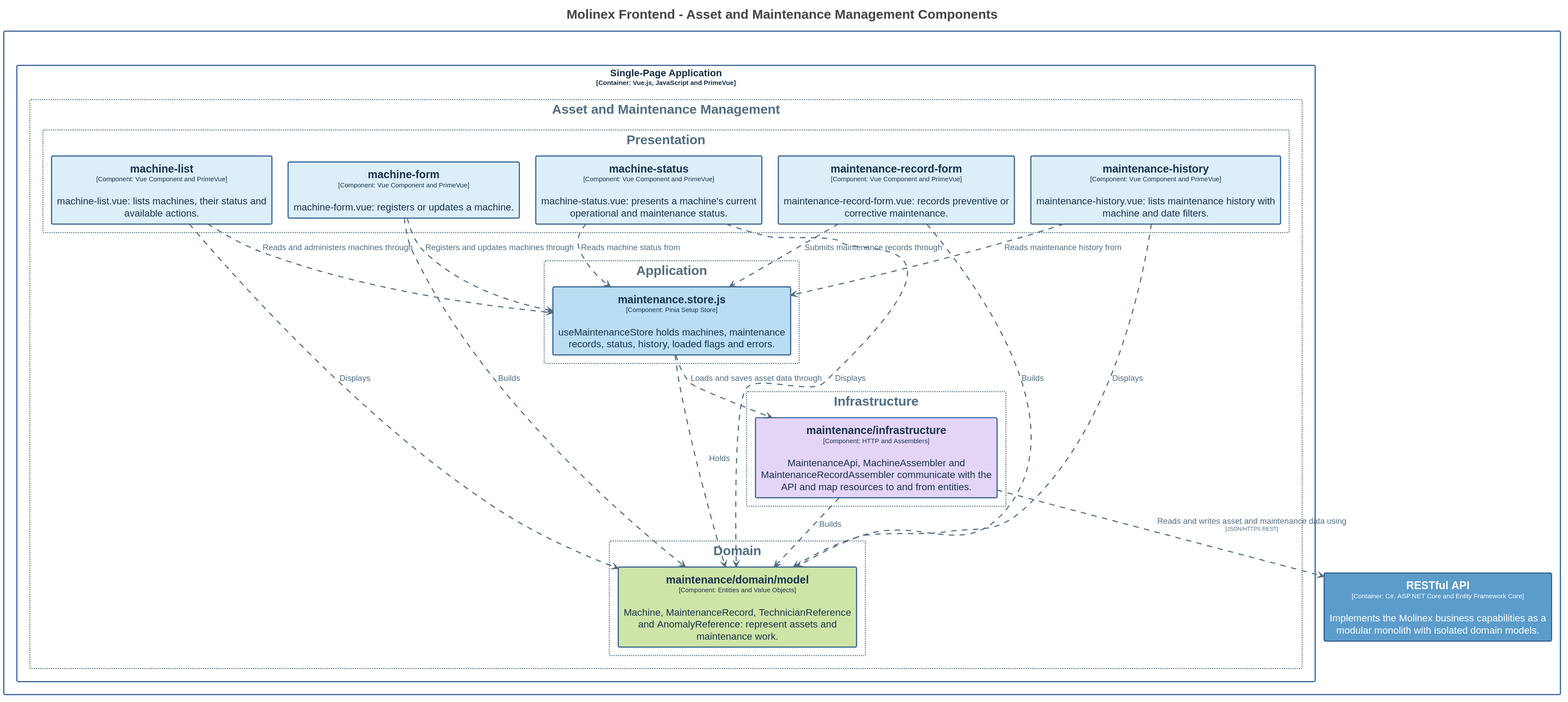
This is assets/Images Chapter 4/Domain-Driven Software Architecture/C4 Model/frontend-asset-maintenance-management-component-diagram.svg from Vanguard-app-web/molinex-report-apweb, a PlantUML export, as it was before one commit. Source of this version:
```plantuml
@startuml
title <size:24>Molinex Frontend - Asset and Maintenance Management Components</size>

set separator none
top to bottom direction
skinparam ranksep 60
skinparam nodesep 30
hide stereotype

<style>
  root {
    BackgroundColor: #ffffff;
    FontColor: #444444;
  }
  // Element,Component,Frontend Application
  .Element-RWxlbWVudCxDb21wb25lbnQsRnJvbnRlbmQgQXBwbGljYXRpb24= {
    BackgroundColor: #b9ddf2;
    LineColor: #2f5b8f;
    LineStyle: 0;
    LineThickness: 2;
    FontColor: #17324d;
    FontSize: 18;
    HorizontalAlignment: center;
    Shadowing: 0;
    MaximumWidth: 450;
  }
  // Element,Component,Frontend Domain
  .Element-RWxlbWVudCxDb21wb25lbnQsRnJvbnRlbmQgRG9tYWlu {
    BackgroundColor: #cfe5a8;
    LineColor: #2f5b8f;
    LineStyle: 0;
    LineThickness: 2;
    FontColor: #17324d;
    FontSize: 18;
    HorizontalAlignment: center;
    Shadowing: 0;
    MaximumWidth: 450;
  }
  // Element,Component,Frontend Infrastructure
  .Element-RWxlbWVudCxDb21wb25lbnQsRnJvbnRlbmQgSW5mcmFzdHJ1Y3R1cmU= {
    BackgroundColor: #e4d5f7;
    LineColor: #2f5b8f;
    LineStyle: 0;
    LineThickness: 2;
    FontColor: #17324d;
    FontSize: 18;
    HorizontalAlignment: center;
    Shadowing: 0;
    MaximumWidth: 450;
  }
  // Element,Component,Frontend Presentation
  .Element-RWxlbWVudCxDb21wb25lbnQsRnJvbnRlbmQgUHJlc2VudGF0aW9u {
    BackgroundColor: #dceef8;
    LineColor: #2f5b8f;
    LineStyle: 0;
    LineThickness: 2;
    FontColor: #17324d;
    FontSize: 18;
    HorizontalAlignment: center;
    Shadowing: 0;
    MaximumWidth: 450;
  }
  // Element,Container,Backend Application
  .Element-RWxlbWVudCxDb250YWluZXIsQmFja2VuZCBBcHBsaWNhdGlvbg== {
    BackgroundColor: #5b9ccb;
    LineColor: #2f5b8f;
    LineStyle: 0;
    LineThickness: 2;
    FontColor: #ffffff;
    FontSize: 18;
    HorizontalAlignment: center;
    Shadowing: 0;
    MaximumWidth: 450;
  }
  // Relationship
  .Relationship-UmVsYXRpb25zaGlw {
    LineThickness: 2;
    LineStyle: 10-10;
    LineColor: #526d82;
    FontColor: #526d82;
    FontSize: 15;
  }
  // Molinex Platform
  .Boundary-TW9saW5leCBQbGF0Zm9ybQ== {
    BackgroundColor: #ffffff;
    LineColor: #2f5b8f;
    LineStyle: 0;
    LineThickness: 2;
    FontColor: #ffffff;
    FontSize: 18;
    HorizontalAlignment: center;
    Shadowing: 0;
  }
  // Single-Page Application
  .Boundary-U2luZ2xlLVBhZ2UgQXBwbGljYXRpb24= {
    BackgroundColor: #ffffff;
    LineColor: #2f5b8f;
    LineStyle: 0;
    LineThickness: 2;
    FontColor: #102a43;
    FontSize: 18;
    HorizontalAlignment: center;
    Shadowing: 0;
  }
  // Asset and Maintenance Management
  .Group-QXNzZXQgYW5kIE1haW50ZW5hbmNlIE1hbmFnZW1lbnQ= {
    BackgroundColor: #ffffff;
    LineColor: #607d8b;
    LineStyle: 2-2;
    LineThickness: 2;
    FontColor: #526d82;
    FontSize: 24;
    HorizontalAlignment: center;
    Shadowing: 0;
  }
  // Asset and Maintenance Management/Application
  .Group-QXNzZXQgYW5kIE1haW50ZW5hbmNlIE1hbmFnZW1lbnQvQXBwbGljYXRpb24= {
    BackgroundColor: #ffffff;
    LineColor: #607d8b;
    LineStyle: 2-2;
    LineThickness: 2;
    FontColor: #526d82;
    FontSize: 24;
    HorizontalAlignment: center;
    Shadowing: 0;
  }
  // Asset and Maintenance Management/Domain
  .Group-QXNzZXQgYW5kIE1haW50ZW5hbmNlIE1hbmFnZW1lbnQvRG9tYWlu {
    BackgroundColor: #ffffff;
    LineColor: #607d8b;
    LineStyle: 2-2;
    LineThickness: 2;
    FontColor: #526d82;
    FontSize: 24;
    HorizontalAlignment: center;
    Shadowing: 0;
  }
  // Asset and Maintenance Management/Infrastructure
  .Group-QXNzZXQgYW5kIE1haW50ZW5hbmNlIE1hbmFnZW1lbnQvSW5mcmFzdHJ1Y3R1cmU= {
    BackgroundColor: #ffffff;
    LineColor: #607d8b;
    LineStyle: 2-2;
    LineThickness: 2;
    FontColor: #526d82;
    FontSize: 24;
    HorizontalAlignment: center;
    Shadowing: 0;
  }
  // Asset and Maintenance Management/Presentation
  .Group-QXNzZXQgYW5kIE1haW50ZW5hbmNlIE1hbmFnZW1lbnQvUHJlc2VudGF0aW9u {
    BackgroundColor: #ffffff;
    LineColor: #607d8b;
    LineStyle: 2-2;
    LineThickness: 2;
    FontColor: #526d82;
    FontSize: 24;
    HorizontalAlignment: center;
    Shadowing: 0;
  }
</style>

rectangle "Molinex Platform\n<size:12>[Software System]</size>" <<Boundary-TW9saW5leCBQbGF0Zm9ybQ==>> {
  rectangle "Single-Page Application\n<size:12>[Container: Vue.js, JavaScript and PrimeVue]</size>" <<Boundary-U2luZ2xlLVBhZ2UgQXBwbGljYXRpb24=>> {
    rectangle "Asset and Maintenance Management" <<Group-QXNzZXQgYW5kIE1haW50ZW5hbmNlIE1hbmFnZW1lbnQ=>> as groupQXNzZXQgYW5kIE1haW50ZW5hbmNlIE1hbmFnZW1lbnQ= {
        rectangle "Application" <<Group-QXNzZXQgYW5kIE1haW50ZW5hbmNlIE1hbmFnZW1lbnQvQXBwbGljYXRpb24=>> as groupQXNzZXQgYW5kIE1haW50ZW5hbmNlIE1hbmFnZW1lbnQvQXBwbGljYXRpb24= {
          rectangle "==maintenance.store.js\n<size:12>[Component: Pinia Setup Store]</size>\n\nuseMaintenanceStore holds machines, maintenance records, status, history, loaded flags and errors." <<Element-RWxlbWVudCxDb21wb25lbnQsRnJvbnRlbmQgQXBwbGljYXRpb24=>> as MolinexPlatform.SinglePageApplication.maintenancestorejs
        }

        rectangle "Domain" <<Group-QXNzZXQgYW5kIE1haW50ZW5hbmNlIE1hbmFnZW1lbnQvRG9tYWlu>> as groupQXNzZXQgYW5kIE1haW50ZW5hbmNlIE1hbmFnZW1lbnQvRG9tYWlu {
          rectangle "==maintenance/domain/model\n<size:12>[Component: Entities and Value Objects]</size>\n\nMachine, MaintenanceRecord, TechnicianReference and AnomalyReference: represent assets and maintenance work." <<Element-RWxlbWVudCxDb21wb25lbnQsRnJvbnRlbmQgRG9tYWlu>> as MolinexPlatform.SinglePageApplication.maintenancedomainmodel
        }

        rectangle "Infrastructure" <<Group-QXNzZXQgYW5kIE1haW50ZW5hbmNlIE1hbmFnZW1lbnQvSW5mcmFzdHJ1Y3R1cmU=>> as groupQXNzZXQgYW5kIE1haW50ZW5hbmNlIE1hbmFnZW1lbnQvSW5mcmFzdHJ1Y3R1cmU= {
          rectangle "==maintenance/infrastructure\n<size:12>[Component: HTTP and Assemblers]</size>\n\nMaintenanceApi, MachineAssembler and MaintenanceRecordAssembler communicate with the API and map resources to and from entities." <<Element-RWxlbWVudCxDb21wb25lbnQsRnJvbnRlbmQgSW5mcmFzdHJ1Y3R1cmU=>> as MolinexPlatform.SinglePageApplication.maintenanceinfrastructure
        }

        rectangle "Presentation" <<Group-QXNzZXQgYW5kIE1haW50ZW5hbmNlIE1hbmFnZW1lbnQvUHJlc2VudGF0aW9u>> as groupQXNzZXQgYW5kIE1haW50ZW5hbmNlIE1hbmFnZW1lbnQvUHJlc2VudGF0aW9u {
          rectangle "==machine-list\n<size:12>[Component: Vue Component and PrimeVue]</size>\n\nmachine-list.vue: lists machines, their status and available actions." <<Element-RWxlbWVudCxDb21wb25lbnQsRnJvbnRlbmQgUHJlc2VudGF0aW9u>> as MolinexPlatform.SinglePageApplication.machinelist
          rectangle "==machine-form\n<size:12>[Component: Vue Component and PrimeVue]</size>\n\nmachine-form.vue: registers or updates a machine." <<Element-RWxlbWVudCxDb21wb25lbnQsRnJvbnRlbmQgUHJlc2VudGF0aW9u>> as MolinexPlatform.SinglePageApplication.machineform
          rectangle "==machine-status\n<size:12>[Component: Vue Component and PrimeVue]</size>\n\nmachine-status.vue: presents a machine's current operational and maintenance status." <<Element-RWxlbWVudCxDb21wb25lbnQsRnJvbnRlbmQgUHJlc2VudGF0aW9u>> as MolinexPlatform.SinglePageApplication.machinestatus
          rectangle "==maintenance-record-form\n<size:12>[Component: Vue Component and PrimeVue]</size>\n\nmaintenance-record-form.vue: records preventive or corrective maintenance." <<Element-RWxlbWVudCxDb21wb25lbnQsRnJvbnRlbmQgUHJlc2VudGF0aW9u>> as MolinexPlatform.SinglePageApplication.maintenancerecordform
          rectangle "==maintenance-history\n<size:12>[Component: Vue Component and PrimeVue]</size>\n\nmaintenance-history.vue: lists maintenance history with machine and date filters." <<Element-RWxlbWVudCxDb21wb25lbnQsRnJvbnRlbmQgUHJlc2VudGF0aW9u>> as MolinexPlatform.SinglePageApplication.maintenancehistory
        }

    }

  }

  rectangle "==RESTful API\n<size:12>[Container: C#, ASP.NET Core and Entity Framework Core]</size>\n\nImplements the Molinex business capabilities as a modular monolith with isolated domain models." <<Element-RWxlbWVudCxDb250YWluZXIsQmFja2VuZCBBcHBsaWNhdGlvbg==>> as MolinexPlatform.RESTfulAPI
}

MolinexPlatform.SinglePageApplication.machinelist --> MolinexPlatform.SinglePageApplication.maintenancestorejs <<Relationship-UmVsYXRpb25zaGlw>> : "Reads and administers machines through"
MolinexPlatform.SinglePageApplication.machineform --> MolinexPlatform.SinglePageApplication.maintenancestorejs <<Relationship-UmVsYXRpb25zaGlw>> : "Registers and updates machines through"
MolinexPlatform.SinglePageApplication.machinestatus --> MolinexPlatform.SinglePageApplication.maintenancestorejs <<Relationship-UmVsYXRpb25zaGlw>> : "Reads machine status from"
MolinexPlatform.SinglePageApplication.maintenancerecordform --> MolinexPlatform.SinglePageApplication.maintenancestorejs <<Relationship-UmVsYXRpb25zaGlw>> : "Submits maintenance records through"
MolinexPlatform.SinglePageApplication.maintenancehistory --> MolinexPlatform.SinglePageApplication.maintenancestorejs <<Relationship-UmVsYXRpb25zaGlw>> : "Reads maintenance history from"
MolinexPlatform.SinglePageApplication.machinelist --> MolinexPlatform.SinglePageApplication.maintenancedomainmodel <<Relationship-UmVsYXRpb25zaGlw>> : "Displays"
MolinexPlatform.SinglePageApplication.machineform --> MolinexPlatform.SinglePageApplication.maintenancedomainmodel <<Relationship-UmVsYXRpb25zaGlw>> : "Builds"
MolinexPlatform.SinglePageApplication.machinestatus --> MolinexPlatform.SinglePageApplication.maintenancedomainmodel <<Relationship-UmVsYXRpb25zaGlw>> : "Displays"
MolinexPlatform.SinglePageApplication.maintenancerecordform --> MolinexPlatform.SinglePageApplication.maintenancedomainmodel <<Relationship-UmVsYXRpb25zaGlw>> : "Builds"
MolinexPlatform.SinglePageApplication.maintenancehistory --> MolinexPlatform.SinglePageApplication.maintenancedomainmodel <<Relationship-UmVsYXRpb25zaGlw>> : "Displays"
MolinexPlatform.SinglePageApplication.maintenancestorejs --> MolinexPlatform.SinglePageApplication.maintenancedomainmodel <<Relationship-UmVsYXRpb25zaGlw>> : "Holds"
MolinexPlatform.SinglePageApplication.maintenancestorejs --> MolinexPlatform.SinglePageApplication.maintenanceinfrastructure <<Relationship-UmVsYXRpb25zaGlw>> : "Loads and saves asset data through"
MolinexPlatform.SinglePageApplication.maintenanceinfrastructure --> MolinexPlatform.SinglePageApplication.maintenancedomainmodel <<Relationship-UmVsYXRpb25zaGlw>> : "Builds"
MolinexPlatform.SinglePageApplication.maintenanceinfrastructure --> MolinexPlatform.RESTfulAPI <<Relationship-UmVsYXRpb25zaGlw>> : "Reads and writes asset and maintenance data using\n<size:10>[JSON/HTTPS REST]</size>"
@enduml
```
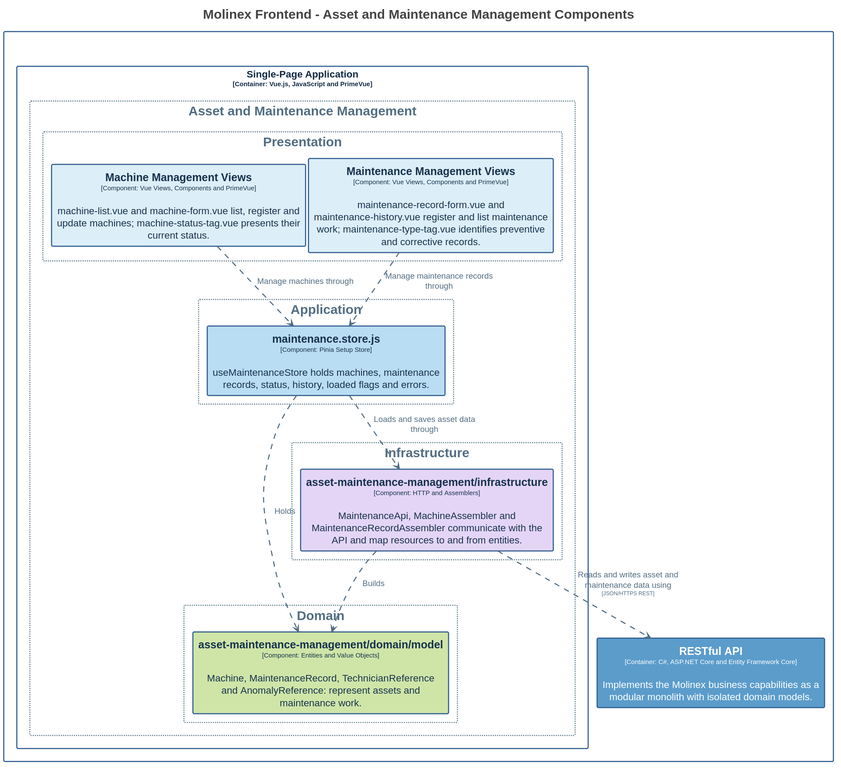
After the commit.

Commit message:
docs(c4): align frontend components with implementation

What changed in the source:
```diff
@@ -3,8 +3,8 @@
 
 set separator none
 top to bottom direction
-skinparam ranksep 60
-skinparam nodesep 30
+skinparam ranksep 20
+skinparam nodesep 5
 hide stereotype
 
 <style>
@@ -79,6 +79,7 @@
     LineColor: #526d82;
     FontColor: #526d82;
     FontSize: 15;
+    MaximumWidth: 200;
   }
   // Molinex Platform
   .Boundary-TW9saW5leCBQbGF0Zm9ybQ== {
@@ -161,25 +162,22 @@
 
 rectangle "Molinex Platform\n<size:12>[Software System]</size>" <<Boundary-TW9saW5leCBQbGF0Zm9ybQ==>> {
   rectangle "Single-Page Application\n<size:12>[Container: Vue.js, JavaScript and PrimeVue]</size>" <<Boundary-U2luZ2xlLVBhZ2UgQXBwbGljYXRpb24=>> {
-    rectangle "Asset and Maintenance Management" <<Group-QXNzZXQgYW5kIE1haW50ZW5hbmNlIE1hbmFnZW1lbnQ=>> as groupQXNzZXQgYW5kIE1haW50ZW5hbmNlIE1hbmFnZW1lbnQ= {
-        rectangle "Application" <<Group-QXNzZXQgYW5kIE1haW50ZW5hbmNlIE1hbmFnZW1lbnQvQXBwbGljYXRpb24=>> as groupQXNzZXQgYW5kIE1haW50ZW5hbmNlIE1hbmFnZW1lbnQvQXBwbGljYXRpb24= {
+    rectangle "Asset and Maintenance Management" <<Group-QXNzZXQgYW5kIE1haW50ZW5hbmNlIE1hbmFnZW1lbnQ=>> as group24 {
+        rectangle "Application" <<Group-QXNzZXQgYW5kIE1haW50ZW5hbmNlIE1hbmFnZW1lbnQvQXBwbGljYXRpb24=>> as group25 {
           rectangle "==maintenance.store.js\n<size:12>[Component: Pinia Setup Store]</size>\n\nuseMaintenanceStore holds machines, maintenance records, status, history, loaded flags and errors." <<Element-RWxlbWVudCxDb21wb25lbnQsRnJvbnRlbmQgQXBwbGljYXRpb24=>> as MolinexPlatform.SinglePageApplication.maintenancestorejs
         }
 
-        rectangle "Domain" <<Group-QXNzZXQgYW5kIE1haW50ZW5hbmNlIE1hbmFnZW1lbnQvRG9tYWlu>> as groupQXNzZXQgYW5kIE1haW50ZW5hbmNlIE1hbmFnZW1lbnQvRG9tYWlu {
-          rectangle "==maintenance/domain/model\n<size:12>[Component: Entities and Value Objects]</size>\n\nMachine, MaintenanceRecord, TechnicianReference and AnomalyReference: represent assets and maintenance work." <<Element-RWxlbWVudCxDb21wb25lbnQsRnJvbnRlbmQgRG9tYWlu>> as MolinexPlatform.SinglePageApplication.maintenancedomainmodel
+        rectangle "Domain" <<Group-QXNzZXQgYW5kIE1haW50ZW5hbmNlIE1hbmFnZW1lbnQvRG9tYWlu>> as group26 {
+          rectangle "==asset-maintenance-management/domain/model\n<size:12>[Component: Entities and Value Objects]</size>\n\nMachine, MaintenanceRecord, TechnicianReference and AnomalyReference: represent assets and maintenance work." <<Element-RWxlbWVudCxDb21wb25lbnQsRnJvbnRlbmQgRG9tYWlu>> as MolinexPlatform.SinglePageApplication.assetmaintenancemanagementdomainmodel
         }
 
-        rectangle "Infrastructure" <<Group-QXNzZXQgYW5kIE1haW50ZW5hbmNlIE1hbmFnZW1lbnQvSW5mcmFzdHJ1Y3R1cmU=>> as groupQXNzZXQgYW5kIE1haW50ZW5hbmNlIE1hbmFnZW1lbnQvSW5mcmFzdHJ1Y3R1cmU= {
-          rectangle "==maintenance/infrastructure\n<size:12>[Component: HTTP and Assemblers]</size>\n\nMaintenanceApi, MachineAssembler and MaintenanceRecordAssembler communicate with the API and map resources to and from entities." <<Element-RWxlbWVudCxDb21wb25lbnQsRnJvbnRlbmQgSW5mcmFzdHJ1Y3R1cmU=>> as MolinexPlatform.SinglePageApplication.maintenanceinfrastructure
+        rectangle "Infrastructure" <<Group-QXNzZXQgYW5kIE1haW50ZW5hbmNlIE1hbmFnZW1lbnQvSW5mcmFzdHJ1Y3R1cmU=>> as group27 {
+          rectangle "==asset-maintenance-management/infrastructure\n<size:12>[Component: HTTP and Assemblers]</size>\n\nMaintenanceApi, MachineAssembler and MaintenanceRecordAssembler communicate with the API and map resources to and from entities." <<Element-RWxlbWVudCxDb21wb25lbnQsRnJvbnRlbmQgSW5mcmFzdHJ1Y3R1cmU=>> as MolinexPlatform.SinglePageApplication.assetmaintenancemanagementinfrastructure
         }
 
-        rectangle "Presentation" <<Group-QXNzZXQgYW5kIE1haW50ZW5hbmNlIE1hbmFnZW1lbnQvUHJlc2VudGF0aW9u>> as groupQXNzZXQgYW5kIE1haW50ZW5hbmNlIE1hbmFnZW1lbnQvUHJlc2VudGF0aW9u {
-          rectangle "==machine-list\n<size:12>[Component: Vue Component and PrimeVue]</size>\n\nmachine-list.vue: lists machines, their status and available actions." <<Element-RWxlbWVudCxDb21wb25lbnQsRnJvbnRlbmQgUHJlc2VudGF0aW9u>> as MolinexPlatform.SinglePageApplication.machinelist
-          rectangle "==machine-form\n<size:12>[Component: Vue Component and PrimeVue]</size>\n\nmachine-form.vue: registers or updates a machine." <<Element-RWxlbWVudCxDb21wb25lbnQsRnJvbnRlbmQgUHJlc2VudGF0aW9u>> as MolinexPlatform.SinglePageApplication.machineform
-          rectangle "==machine-status\n<size:12>[Component: Vue Component and PrimeVue]</size>\n\nmachine-status.vue: presents a machine's current operational and maintenance status." <<Element-RWxlbWVudCxDb21wb25lbnQsRnJvbnRlbmQgUHJlc2VudGF0aW9u>> as MolinexPlatform.SinglePageApplication.machinestatus
-          rectangle "==maintenance-record-form\n<size:12>[Component: Vue Component and PrimeVue]</size>\n\nmaintenance-record-form.vue: records preventive or corrective maintenance." <<Element-RWxlbWVudCxDb21wb25lbnQsRnJvbnRlbmQgUHJlc2VudGF0aW9u>> as MolinexPlatform.SinglePageApplication.maintenancerecordform
-          rectangle "==maintenance-history\n<size:12>[Component: Vue Component and PrimeVue]</size>\n\nmaintenance-history.vue: lists maintenance history with machine and date filters." <<Element-RWxlbWVudCxDb21wb25lbnQsRnJvbnRlbmQgUHJlc2VudGF0aW9u>> as MolinexPlatform.SinglePageApplication.maintenancehistory
+        rectangle "Presentation" <<Group-QXNzZXQgYW5kIE1haW50ZW5hbmNlIE1hbmFnZW1lbnQvUHJlc2VudGF0aW9u>> as group28 {
+          rectangle "==Machine Management Views\n<size:12>[Component: Vue Views, Components and PrimeVue]</size>\n\nmachine-list.vue and machine-form.vue list, register and update machines; machine-status-tag.vue presents their current status." <<Element-RWxlbWVudCxDb21wb25lbnQsRnJvbnRlbmQgUHJlc2VudGF0aW9u>> as MolinexPlatform.SinglePageApplication.MachineManagementViews
+          rectangle "==Maintenance Management Views\n<size:12>[Component: Vue Views, Components and PrimeVue]</size>\n\nmaintenance-record-form.vue and maintenance-history.vue register and list maintenance work; maintenance-type-tag.vue identifies preventive and corrective records." <<Element-RWxlbWVudCxDb21wb25lbnQsRnJvbnRlbmQgUHJlc2VudGF0aW9u>> as MolinexPlatform.SinglePageApplication.MaintenanceManagementViews
         }
 
     }
@@ -189,18 +187,10 @@
   rectangle "==RESTful API\n<size:12>[Container: C#, ASP.NET Core and Entity Framework Core]</size>\n\nImplements the Molinex business capabilities as a modular monolith with isolated domain models." <<Element-RWxlbWVudCxDb250YWluZXIsQmFja2VuZCBBcHBsaWNhdGlvbg==>> as MolinexPlatform.RESTfulAPI
 }
 
-MolinexPlatform.SinglePageApplication.machinelist --> MolinexPlatform.SinglePageApplication.maintenancestorejs <<Relationship-UmVsYXRpb25zaGlw>> : "Reads and administers machines through"
-MolinexPlatform.SinglePageApplication.machineform --> MolinexPlatform.SinglePageApplication.maintenancestorejs <<Relationship-UmVsYXRpb25zaGlw>> : "Registers and updates machines through"
-MolinexPlatform.SinglePageApplication.machinestatus --> MolinexPlatform.SinglePageApplication.maintenancestorejs <<Relationship-UmVsYXRpb25zaGlw>> : "Reads machine status from"
-MolinexPlatform.SinglePageApplication.maintenancerecordform --> MolinexPlatform.SinglePageApplication.maintenancestorejs <<Relationship-UmVsYXRpb25zaGlw>> : "Submits maintenance records through"
-MolinexPlatform.SinglePageApplication.maintenancehistory --> MolinexPlatform.SinglePageApplication.maintenancestorejs <<Relationship-UmVsYXRpb25zaGlw>> : "Reads maintenance history from"
-MolinexPlatform.SinglePageApplication.machinelist --> MolinexPlatform.SinglePageApplication.maintenancedomainmodel <<Relationship-UmVsYXRpb25zaGlw>> : "Displays"
-MolinexPlatform.SinglePageApplication.machineform --> MolinexPlatform.SinglePageApplication.maintenancedomainmodel <<Relationship-UmVsYXRpb25zaGlw>> : "Builds"
-MolinexPlatform.SinglePageApplication.machinestatus --> MolinexPlatform.SinglePageApplication.maintenancedomainmodel <<Relationship-UmVsYXRpb25zaGlw>> : "Displays"
-MolinexPlatform.SinglePageApplication.maintenancerecordform --> MolinexPlatform.SinglePageApplication.maintenancedomainmodel <<Relationship-UmVsYXRpb25zaGlw>> : "Builds"
-MolinexPlatform.SinglePageApplication.maintenancehistory --> MolinexPlatform.SinglePageApplication.maintenancedomainmodel <<Relationship-UmVsYXRpb25zaGlw>> : "Displays"
-MolinexPlatform.SinglePageApplication.maintenancestorejs --> MolinexPlatform.SinglePageApplication.maintenancedomainmodel <<Relationship-UmVsYXRpb25zaGlw>> : "Holds"
-MolinexPlatform.SinglePageApplication.maintenancestorejs --> MolinexPlatform.SinglePageApplication.maintenanceinfrastructure <<Relationship-UmVsYXRpb25zaGlw>> : "Loads and saves asset data through"
-MolinexPlatform.SinglePageApplication.maintenanceinfrastructure --> MolinexPlatform.SinglePageApplication.maintenancedomainmodel <<Relationship-UmVsYXRpb25zaGlw>> : "Builds"
-MolinexPlatform.SinglePageApplication.maintenanceinfrastructure --> MolinexPlatform.RESTfulAPI <<Relationship-UmVsYXRpb25zaGlw>> : "Reads and writes asset and maintenance data using\n<size:10>[JSON/HTTPS REST]</size>"
+MolinexPlatform.SinglePageApplication.MachineManagementViews --> MolinexPlatform.SinglePageApplication.maintenancestorejs <<Relationship-UmVsYXRpb25zaGlw>> : "Manage machines through"
+MolinexPlatform.SinglePageApplication.MaintenanceManagementViews --> MolinexPlatform.SinglePageApplication.maintenancestorejs <<Relationship-UmVsYXRpb25zaGlw>> : "Manage maintenance records through"
+MolinexPlatform.SinglePageApplication.maintenancestorejs --> MolinexPlatform.SinglePageApplication.assetmaintenancemanagementdomainmodel <<Relationship-UmVsYXRpb25zaGlw>> : "Holds"
+MolinexPlatform.SinglePageApplication.maintenancestorejs --> MolinexPlatform.SinglePageApplication.assetmaintenancemanagementinfrastructure <<Relationship-UmVsYXRpb25zaGlw>> : "Loads and saves asset data through"
+MolinexPlatform.SinglePageApplication.assetmaintenancemanagementinfrastructure --> MolinexPlatform.SinglePageApplication.assetmaintenancemanagementdomainmodel <<Relationship-UmVsYXRpb25zaGlw>> : "Builds"
+MolinexPlatform.SinglePageApplication.assetmaintenancemanagementinfrastructure --> MolinexPlatform.RESTfulAPI <<Relationship-UmVsYXRpb25zaGlw>> : "Reads and writes asset and maintenance data using\n<size:10>[JSON/HTTPS REST]</size>"
 @enduml
```
